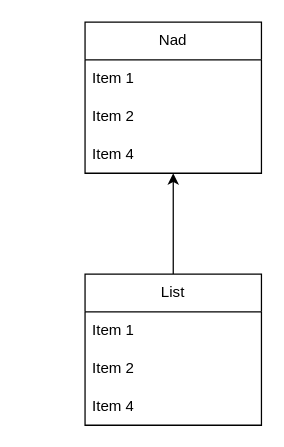
dantremb/blueprint keeps this draw.io diagram as Untitled Diagram.drawio. Above is the earlier version. Source tidied: cells renumbered, new cells numbered last; positions are measured from the earlier drawing's top-left corner, leaving out a move shared by most shapes. Both pictures are drawn from the tidied source at 126%, with x=0, y=0 at pixel (84, 21).
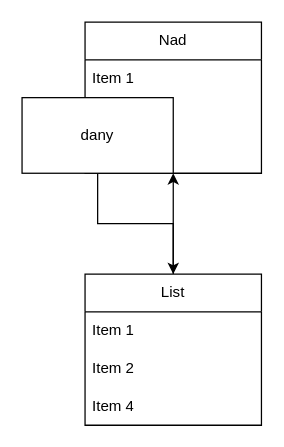
The same diagram, later.

Diff of the diagram source:
```diff
@@
 <mxGraphModel>
   <root>
     <mxCell id="0" />
     <mxCell id="1" parent="0" />
     <mxCell id="2" style="edgeStyle=orthogonalEdgeStyle;rounded=0;jettySize=auto;html=1;" parent="1" edge="1" source="3" target="7">
       <mxGeometry relative="1" as="geometry" />
     </mxCell>
     <mxCell id="3" value="List" style="swimlane;fontStyle=0;horizontal=1;startSize=30;whiteSpace=wrap;html=1;" parent="1" vertex="1">
       <mxGeometry y="200" width="140" height="120" as="geometry" />
     </mxCell>
     <mxCell id="4" value="Item 1" style="text;strokeColor=none;fillColor=none;align=left;verticalAlign=middle;spacingLeft=4;spacingRight=4;overflow=hidden;whiteSpace=wrap;html=1;" parent="3" vertex="1">
       <mxGeometry y="30" width="140" height="30" as="geometry" />
     </mxCell>
     <mxCell id="5" value="Item 2" style="text;strokeColor=none;fillColor=none;align=left;verticalAlign=middle;spacingLeft=4;spacingRight=4;overflow=hidden;whiteSpace=wrap;html=1;" parent="3" vertex="1">
       <mxGeometry y="60" width="140" height="30" as="geometry" />
     </mxCell>
     <mxCell id="6" value="Item 4" style="text;strokeColor=none;fillColor=none;align=left;verticalAlign=middle;spacingLeft=4;spacingRight=4;overflow=hidden;whiteSpace=wrap;html=1;" parent="3" vertex="1">
       <mxGeometry y="90" width="140" height="30" as="geometry" />
     </mxCell>
+    <mxCell id="11" style="edgeStyle=orthogonalEdgeStyle;rounded=0;jettySize=auto;html=1;entryX=0.5;entryY=0;entryDx=0;entryDy=0;" parent="1" edge="1" source="12" target="3">
+      <mxGeometry relative="1" as="geometry" />
+    </mxCell>
     <mxCell id="7" value="Nad" style="swimlane;fontStyle=0;horizontal=1;startSize=30;whiteSpace=wrap;html=1;" parent="1" vertex="1">
       <mxGeometry width="140" height="120" as="geometry" />
     </mxCell>
     <mxCell id="8" value="Item 1" style="text;strokeColor=none;fillColor=none;align=left;verticalAlign=middle;spacingLeft=4;spacingRight=4;overflow=hidden;whiteSpace=wrap;html=1;" parent="7" vertex="1">
       <mxGeometry y="30" width="140" height="30" as="geometry" />
     </mxCell>
     <mxCell id="9" value="Item 2" style="text;strokeColor=none;fillColor=none;align=left;verticalAlign=middle;spacingLeft=4;spacingRight=4;overflow=hidden;whiteSpace=wrap;html=1;" parent="7" vertex="1">
       <mxGeometry y="60" width="140" height="30" as="geometry" />
     </mxCell>
     <mxCell id="10" value="Item 4" style="text;strokeColor=none;fillColor=none;align=left;verticalAlign=middle;spacingLeft=4;spacingRight=4;overflow=hidden;whiteSpace=wrap;html=1;" parent="7" vertex="1">
       <mxGeometry y="90" width="140" height="30" as="geometry" />
     </mxCell>
+    <mxCell id="12" value="dany" style="rounded=0;whiteSpace=wrap;html=1;" parent="1" vertex="1">
+      <mxGeometry x="-50" y="60" width="120" height="60" as="geometry" />
+    </mxCell>
   </root>
 </mxGraphModel>
```
